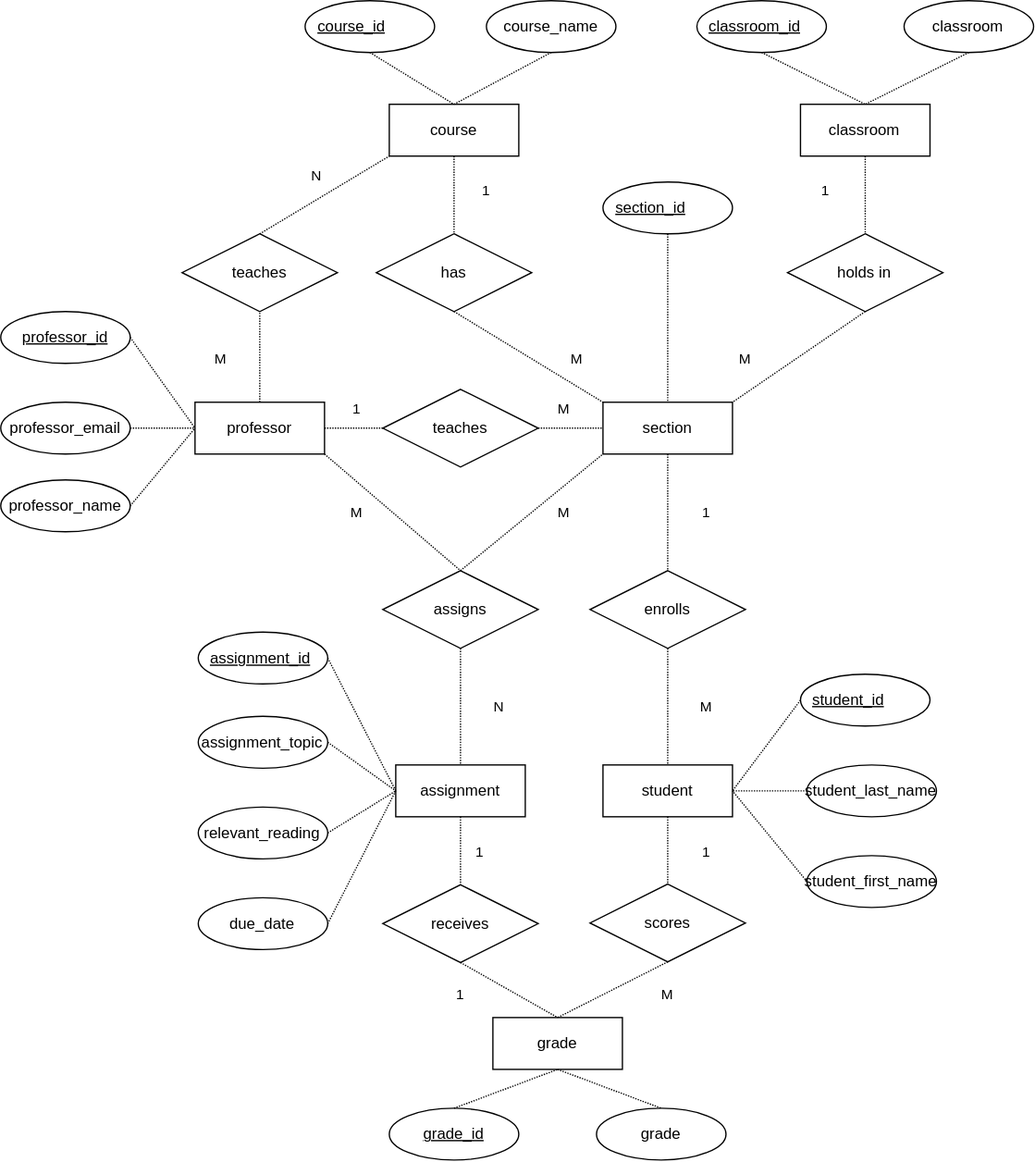
This is images/ERDiagram.svg from dbdesign-students-spring2024/5-database-design-shaw2065, a draw.io export, as it was before one commit. Source tidied: cells renumbered, new cells last; positions are measured from the earlier drawing's top-left corner, leaving out a move shared by most shapes.
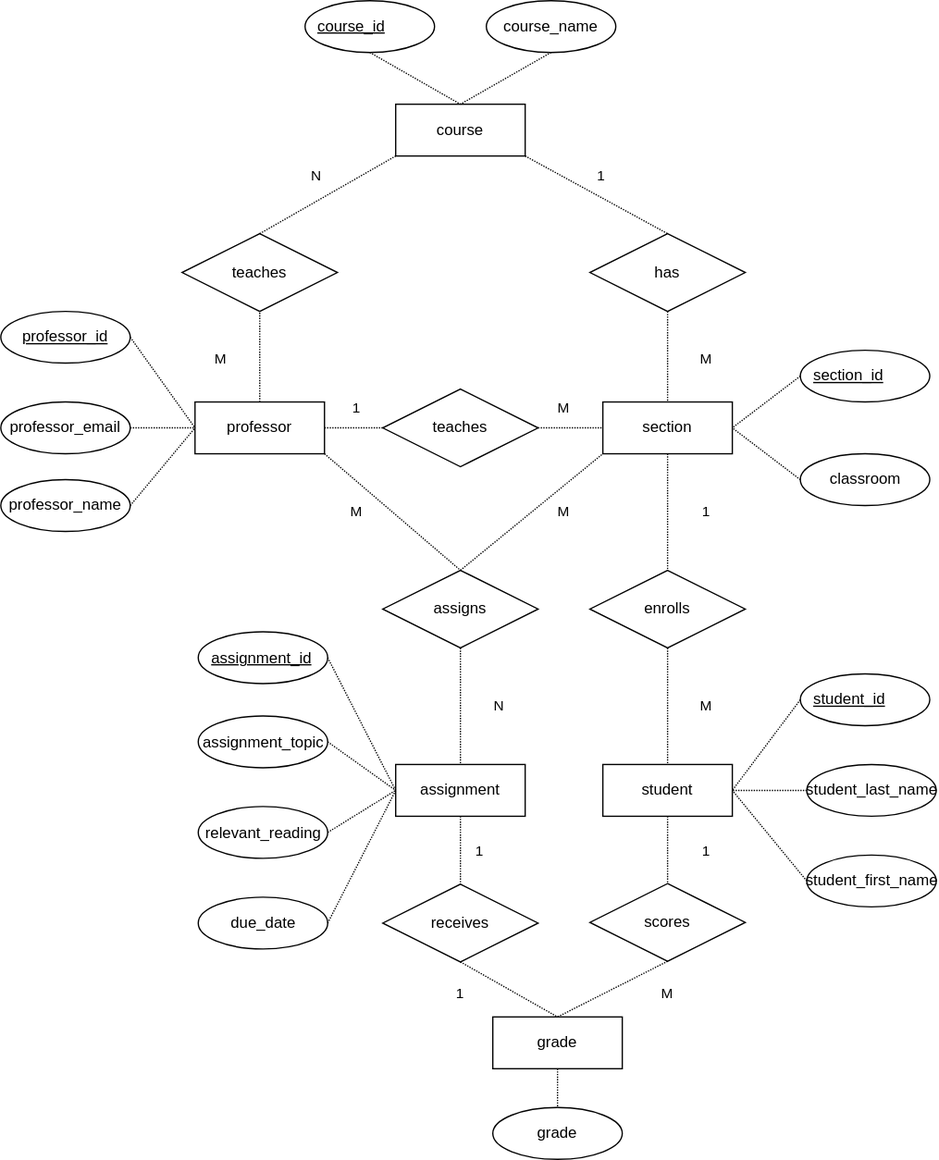
Later version of the same file.

The edit, as a diff of the source:
```diff
@@ -2,11 +2,11 @@
   <root>
     <mxCell id="0" />
     <mxCell id="1" parent="0" />
-    <mxCell id="2" style="edgeStyle=none;rounded=0;jettySize=auto;html=1;exitX=0.5;exitY=1;exitDx=0;exitDy=0;entryX=0.5;entryY=0;entryDx=0;entryDy=0;dashed=1;dashPattern=1 1;strokeColor=default;align=center;verticalAlign=middle;fontFamily=Helvetica;fontSize=11;fontColor=default;labelBackgroundColor=default;endArrow=none;endFill=0;" parent="1" edge="1" source="3" target="37">
+    <mxCell id="2" style="edgeStyle=none;rounded=0;jettySize=auto;html=1;exitX=0;exitY=0.5;exitDx=0;exitDy=0;entryX=1;entryY=0.5;entryDx=0;entryDy=0;dashed=1;dashPattern=1 1;strokeColor=default;align=center;verticalAlign=middle;fontFamily=Helvetica;fontSize=11;fontColor=default;labelBackgroundColor=default;endArrow=none;endFill=0;" parent="1" edge="1" source="3" target="37">
       <mxGeometry relative="1" as="geometry" />
     </mxCell>
     <mxCell id="3" value="section_id&lt;span style=&quot;white-space:pre&quot;&gt;&#9;&lt;/span&gt;" style="ellipse;whiteSpace=wrap;html=1;align=center;fontStyle=4;strokeColor=#000000;fillColor=none;fontColor=default;" parent="1" vertex="1">
-      <mxGeometry x="465" y="140" width="100" height="40" as="geometry" />
+      <mxGeometry x="617.5" y="270" width="100" height="40" as="geometry" />
     </mxCell>
     <mxCell id="4" style="edgeStyle=none;rounded=0;jettySize=auto;html=1;exitX=1;exitY=0.5;exitDx=0;exitDy=0;entryX=0;entryY=0.5;entryDx=0;entryDy=0;dashed=1;dashPattern=1 1;strokeColor=default;align=center;verticalAlign=middle;fontFamily=Helvetica;fontSize=11;fontColor=default;labelBackgroundColor=default;endArrow=none;endFill=0;" parent="1" edge="1" source="5" target="15">
       <mxGeometry relative="1" as="geometry" />
@@ -26,11 +26,11 @@
     <mxCell id="9" value="professor" style="whiteSpace=wrap;html=1;align=center;strokeColor=#000000;fillColor=none;fontColor=default;" parent="1" vertex="1">
       <mxGeometry x="150" y="310" width="100" height="40" as="geometry" />
     </mxCell>
-    <mxCell id="10" style="edgeStyle=none;rounded=0;jettySize=auto;html=1;exitX=0.5;exitY=1;exitDx=0;exitDy=0;entryX=0;entryY=0;entryDx=0;entryDy=0;dashed=1;dashPattern=1 1;strokeColor=default;align=center;verticalAlign=middle;fontFamily=Helvetica;fontSize=11;fontColor=default;labelBackgroundColor=default;endArrow=none;endFill=0;" parent="1" edge="1" source="11" target="37">
+    <mxCell id="10" style="edgeStyle=none;rounded=0;jettySize=auto;html=1;exitX=0.5;exitY=1;exitDx=0;exitDy=0;entryX=0.5;entryY=0;entryDx=0;entryDy=0;dashed=1;dashPattern=1 1;strokeColor=default;align=center;verticalAlign=middle;fontFamily=Helvetica;fontSize=11;fontColor=default;labelBackgroundColor=default;endArrow=none;endFill=0;" parent="1" edge="1" source="11" target="37">
       <mxGeometry relative="1" as="geometry" />
     </mxCell>
     <mxCell id="11" value="has" style="shape=rhombus;perimeter=rhombusPerimeter;whiteSpace=wrap;html=1;align=center;strokeColor=#000000;fillColor=none;fontColor=default;" parent="1" vertex="1">
-      <mxGeometry x="290" y="180" width="120" height="60" as="geometry" />
+      <mxGeometry x="455" y="180" width="120" height="60" as="geometry" />
     </mxCell>
     <mxCell id="12" style="edgeStyle=none;rounded=0;jettySize=auto;html=1;exitX=1;exitY=0.5;exitDx=0;exitDy=0;dashed=1;dashPattern=1 1;strokeColor=default;align=center;verticalAlign=middle;fontFamily=Helvetica;fontSize=11;fontColor=default;labelBackgroundColor=default;endArrow=none;endFill=0;entryX=0;entryY=0.5;entryDx=0;entryDy=0;" parent="1" edge="1" source="13" target="9">
       <mxGeometry relative="1" as="geometry" />
@@ -68,11 +68,11 @@
     <mxCell id="23" value="course_id&lt;span style=&quot;white-space:pre&quot;&gt;&#9;&lt;/span&gt;" style="ellipse;whiteSpace=wrap;html=1;align=center;fontStyle=4;strokeColor=#000000;fillColor=none;fontColor=default;" parent="1" vertex="1">
       <mxGeometry x="235" width="100" height="40" as="geometry" />
     </mxCell>
-    <mxCell id="24" style="edgeStyle=none;rounded=0;jettySize=auto;html=1;exitX=0.5;exitY=1;exitDx=0;exitDy=0;entryX=0.5;entryY=0;entryDx=0;entryDy=0;dashed=1;dashPattern=1 1;strokeColor=default;align=center;verticalAlign=middle;fontFamily=Helvetica;fontSize=11;fontColor=default;labelBackgroundColor=default;endArrow=none;endFill=0;" parent="1" edge="1" source="25" target="11">
+    <mxCell id="24" style="edgeStyle=none;rounded=0;jettySize=auto;html=1;exitX=1;exitY=1;exitDx=0;exitDy=0;entryX=0.5;entryY=0;entryDx=0;entryDy=0;dashed=1;dashPattern=1 1;strokeColor=default;align=center;verticalAlign=middle;fontFamily=Helvetica;fontSize=11;fontColor=default;labelBackgroundColor=default;endArrow=none;endFill=0;" parent="1" edge="1" source="25" target="11">
       <mxGeometry relative="1" as="geometry" />
     </mxCell>
     <mxCell id="25" value="course" style="whiteSpace=wrap;html=1;align=center;strokeColor=#000000;fillColor=none;fontColor=default;" parent="1" vertex="1">
-      <mxGeometry x="300" y="80" width="100" height="40" as="geometry" />
+      <mxGeometry x="305" y="80" width="100" height="40" as="geometry" />
     </mxCell>
     <mxCell id="26" style="edgeStyle=none;rounded=0;jettySize=auto;html=1;exitX=0.5;exitY=1;exitDx=0;exitDy=0;entryX=0.5;entryY=0;entryDx=0;entryDy=0;dashed=1;dashPattern=1 1;strokeColor=default;align=center;verticalAlign=middle;fontFamily=Helvetica;fontSize=11;fontColor=default;labelBackgroundColor=default;endArrow=none;endFill=0;" parent="1" edge="1" source="27" target="25">
       <mxGeometry relative="1" as="geometry" />
@@ -111,7 +111,7 @@
       <mxGeometry x="465" y="310" width="100" height="40" as="geometry" />
     </mxCell>
     <mxCell id="38" value="grade" style="ellipse;whiteSpace=wrap;html=1;align=center;strokeColor=#000000;fillColor=none;fontColor=default;" parent="1" vertex="1">
-      <mxGeometry x="460" y="855" width="100" height="40" as="geometry" />
+      <mxGeometry x="380" y="855" width="100" height="40" as="geometry" />
     </mxCell>
     <mxCell id="39" style="edgeStyle=none;rounded=0;jettySize=auto;html=1;exitX=1;exitY=0.5;exitDx=0;exitDy=0;entryX=0;entryY=0.5;entryDx=0;entryDy=0;dashed=1;dashPattern=1 1;strokeColor=default;align=center;verticalAlign=middle;fontFamily=Helvetica;fontSize=11;fontColor=default;labelBackgroundColor=default;endArrow=none;endFill=0;" parent="1" edge="1" source="40" target="37">
       <mxGeometry relative="1" as="geometry" />
@@ -137,29 +137,11 @@
     <mxCell id="46" value="professor_email" style="ellipse;whiteSpace=wrap;html=1;align=center;strokeColor=#000000;fillColor=none;fontColor=default;" parent="1" vertex="1">
       <mxGeometry y="310" width="100" height="40" as="geometry" />
     </mxCell>
-    <mxCell id="47" style="edgeStyle=none;rounded=0;jettySize=auto;html=1;exitX=0.5;exitY=1;exitDx=0;exitDy=0;entryX=0.5;entryY=0;entryDx=0;entryDy=0;dashed=1;dashPattern=1 1;strokeColor=default;align=center;verticalAlign=middle;fontFamily=Helvetica;fontSize=11;fontColor=default;labelBackgroundColor=default;endArrow=none;endFill=0;" parent="1" edge="1" source="48" target="52">
-      <mxGeometry relative="1" as="geometry" />
-    </mxCell>
-    <mxCell id="48" value="classroom" style="whiteSpace=wrap;html=1;align=center;strokeColor=#000000;fillColor=none;fontColor=default;" parent="1" vertex="1">
-      <mxGeometry x="617.5" y="80" width="100" height="40" as="geometry" />
-    </mxCell>
-    <mxCell id="49" style="edgeStyle=none;rounded=0;jettySize=auto;html=1;exitX=0.5;exitY=1;exitDx=0;exitDy=0;entryX=0.5;entryY=0;entryDx=0;entryDy=0;dashed=1;dashPattern=1 1;strokeColor=default;align=center;verticalAlign=middle;fontFamily=Helvetica;fontSize=11;fontColor=default;labelBackgroundColor=default;endArrow=none;endFill=0;" parent="1" edge="1" source="50" target="48">
-      <mxGeometry relative="1" as="geometry" />
-    </mxCell>
-    <mxCell id="50" value="classroom_id&lt;span style=&quot;white-space:pre&quot;&gt;&#9;&lt;/span&gt;" style="ellipse;whiteSpace=wrap;html=1;align=center;fontStyle=4;strokeColor=#000000;fillColor=none;fontColor=default;" parent="1" vertex="1">
-      <mxGeometry x="537.5" width="100" height="40" as="geometry" />
-    </mxCell>
-    <mxCell id="51" style="edgeStyle=none;rounded=0;jettySize=auto;html=1;exitX=0.5;exitY=1;exitDx=0;exitDy=0;entryX=1;entryY=0;entryDx=0;entryDy=0;dashed=1;dashPattern=1 1;strokeColor=default;align=center;verticalAlign=middle;fontFamily=Helvetica;fontSize=11;fontColor=default;labelBackgroundColor=default;endArrow=none;endFill=0;" parent="1" edge="1" source="52" target="37">
-      <mxGeometry relative="1" as="geometry" />
-    </mxCell>
-    <mxCell id="52" value="holds in" style="shape=rhombus;perimeter=rhombusPerimeter;whiteSpace=wrap;html=1;align=center;strokeColor=#000000;fillColor=none;fontColor=default;" parent="1" vertex="1">
-      <mxGeometry x="607.5" y="180" width="120" height="60" as="geometry" />
-    </mxCell>
-    <mxCell id="53" style="edgeStyle=none;rounded=0;jettySize=auto;html=1;exitX=0.5;exitY=1;exitDx=0;exitDy=0;entryX=0.5;entryY=0;entryDx=0;entryDy=0;dashed=1;dashPattern=1 1;strokeColor=default;align=center;verticalAlign=middle;fontFamily=Helvetica;fontSize=11;fontColor=default;labelBackgroundColor=default;endArrow=none;endFill=0;" parent="1" edge="1" source="54" target="48">
-      <mxGeometry relative="1" as="geometry" />
-    </mxCell>
+    <mxCell id="85" style="edgeStyle=none;rounded=0;jettySize=auto;html=1;exitX=0;exitY=0.5;exitDx=0;exitDy=0;entryX=1;entryY=0.5;entryDx=0;entryDy=0;dashed=1;dashPattern=1 1;strokeColor=default;align=center;verticalAlign=middle;fontFamily=Helvetica;fontSize=11;fontColor=default;labelBackgroundColor=default;endArrow=none;endFill=0;" parent="1" edge="1" source="54" target="37">
+      <mxGeometry relative="1" as="geometry" />
+    </mxCell>
     <mxCell id="54" value="classroom" style="ellipse;whiteSpace=wrap;html=1;align=center;strokeColor=#000000;fillColor=none;fontColor=default;" parent="1" vertex="1">
-      <mxGeometry x="697.5" width="100" height="40" as="geometry" />
+      <mxGeometry x="617.5" y="350" width="100" height="40" as="geometry" />
     </mxCell>
     <mxCell id="55" style="edgeStyle=none;rounded=0;jettySize=auto;html=1;exitX=0;exitY=0.5;exitDx=0;exitDy=0;dashed=1;dashPattern=1 1;strokeColor=default;align=center;verticalAlign=middle;fontFamily=Helvetica;fontSize=11;fontColor=default;labelBackgroundColor=default;endArrow=none;endFill=0;entryX=1;entryY=0.5;entryDx=0;entryDy=0;" parent="1" edge="1" source="56" target="31">
       <mxGeometry relative="1" as="geometry" />
@@ -182,12 +164,6 @@
     <mxCell id="61" value="receives" style="shape=rhombus;perimeter=rhombusPerimeter;whiteSpace=wrap;html=1;align=center;strokeColor=#000000;fillColor=none;fontColor=default;" parent="1" vertex="1">
       <mxGeometry x="295" y="682.5" width="120" height="60" as="geometry" />
     </mxCell>
-    <mxCell id="62" style="edgeStyle=none;rounded=0;jettySize=auto;html=1;exitX=0.5;exitY=0;exitDx=0;exitDy=0;entryX=0.5;entryY=1;entryDx=0;entryDy=0;dashed=1;dashPattern=1 1;strokeColor=default;align=center;verticalAlign=middle;fontFamily=Helvetica;fontSize=11;fontColor=default;labelBackgroundColor=default;endArrow=none;endFill=0;" parent="1" edge="1" source="63" target="35">
-      <mxGeometry relative="1" as="geometry" />
-    </mxCell>
-    <mxCell id="63" value="grade_id" style="ellipse;whiteSpace=wrap;html=1;align=center;fontStyle=4;strokeColor=#000000;fillColor=none;fontColor=default;" parent="1" vertex="1">
-      <mxGeometry x="300" y="855" width="100" height="40" as="geometry" />
-    </mxCell>
     <mxCell id="64" style="edgeStyle=none;rounded=0;jettySize=auto;html=1;exitX=0.5;exitY=0;exitDx=0;exitDy=0;entryX=0;entryY=1;entryDx=0;entryDy=0;dashed=1;dashPattern=1 1;strokeColor=default;align=center;verticalAlign=middle;fontFamily=Helvetica;fontSize=11;fontColor=default;labelBackgroundColor=default;endArrow=none;endFill=0;" parent="1" edge="1" source="65" target="25">
       <mxGeometry relative="1" as="geometry" />
     </mxCell>
@@ -195,7 +171,7 @@
       <mxGeometry x="140" y="180" width="120" height="60" as="geometry" />
     </mxCell>
     <mxCell id="66" value="1" style="text;html=1;align=center;verticalAlign=middle;whiteSpace=wrap;rounded=0;fontFamily=Helvetica;fontSize=11;fontColor=default;labelBackgroundColor=default;" parent="1" vertex="1">
-      <mxGeometry x="345" y="132" width="60" height="30" as="geometry" />
+      <mxGeometry x="434" y="120" width="60" height="30" as="geometry" />
     </mxCell>
     <mxCell id="67" value="M" style="text;html=1;align=center;verticalAlign=middle;whiteSpace=wrap;rounded=0;fontFamily=Helvetica;fontSize=11;fontColor=default;labelBackgroundColor=default;" parent="1" vertex="1">
       <mxGeometry x="140" y="262" width="60" height="30" as="geometry" />
@@ -204,7 +180,7 @@
       <mxGeometry x="214" y="120" width="60" height="30" as="geometry" />
     </mxCell>
     <mxCell id="69" value="M" style="text;html=1;align=center;verticalAlign=middle;whiteSpace=wrap;rounded=0;fontFamily=Helvetica;fontSize=11;fontColor=default;labelBackgroundColor=default;" parent="1" vertex="1">
-      <mxGeometry x="415" y="262" width="60" height="30" as="geometry" />
+      <mxGeometry x="515" y="262" width="60" height="30" as="geometry" />
     </mxCell>
     <mxCell id="70" value="1" style="text;html=1;align=center;verticalAlign=middle;whiteSpace=wrap;rounded=0;fontFamily=Helvetica;fontSize=11;fontColor=default;labelBackgroundColor=default;" parent="1" vertex="1">
       <mxGeometry x="245" y="300" width="60" height="30" as="geometry" />
@@ -212,12 +188,6 @@
     <mxCell id="71" value="M" style="text;html=1;align=center;verticalAlign=middle;whiteSpace=wrap;rounded=0;fontFamily=Helvetica;fontSize=11;fontColor=default;labelBackgroundColor=default;" parent="1" vertex="1">
       <mxGeometry x="405" y="300" width="60" height="30" as="geometry" />
     </mxCell>
-    <mxCell id="72" value="M" style="text;html=1;align=center;verticalAlign=middle;whiteSpace=wrap;rounded=0;fontFamily=Helvetica;fontSize=11;fontColor=default;labelBackgroundColor=default;" parent="1" vertex="1">
-      <mxGeometry x="545" y="262" width="60" height="30" as="geometry" />
-    </mxCell>
-    <mxCell id="73" value="1" style="text;html=1;align=center;verticalAlign=middle;whiteSpace=wrap;rounded=0;fontFamily=Helvetica;fontSize=11;fontColor=default;labelBackgroundColor=default;" parent="1" vertex="1">
-      <mxGeometry x="607.5" y="132" width="60" height="30" as="geometry" />
-    </mxCell>
     <mxCell id="74" value="M" style="text;html=1;align=center;verticalAlign=middle;whiteSpace=wrap;rounded=0;fontFamily=Helvetica;fontSize=11;fontColor=default;labelBackgroundColor=default;" parent="1" vertex="1">
       <mxGeometry x="245" y="380" width="60" height="30" as="geometry" />
     </mxCell>
```
